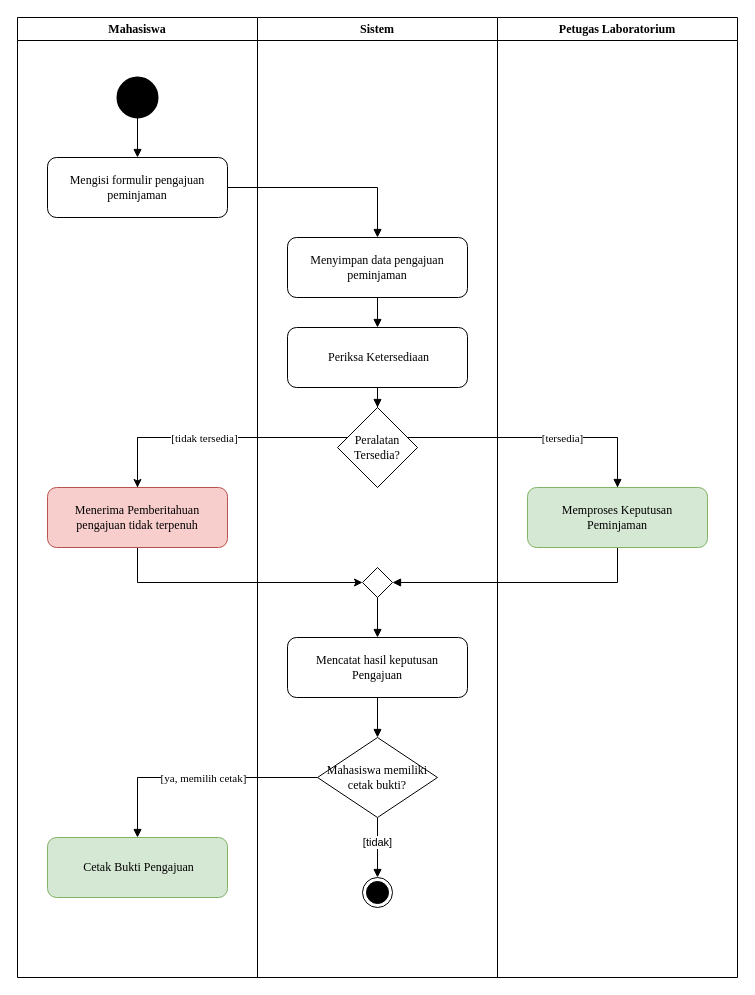
keyzakyy-dev/IFRWP5149_2406007_LabAlat keeps this draw.io diagram as 04_model_analisis/P06/LAB/P06_2406007_LAB_activity_peminjaman_v01.drawio. Above is the earlier version. Source tidied: cells renumbered, new cells numbered last; positions are measured from the earlier drawing's top-left corner, leaving out a move shared by most shapes. Both pictures are drawn from the tidied source at 100%, with x=0, y=0 at pixel (17, 17).
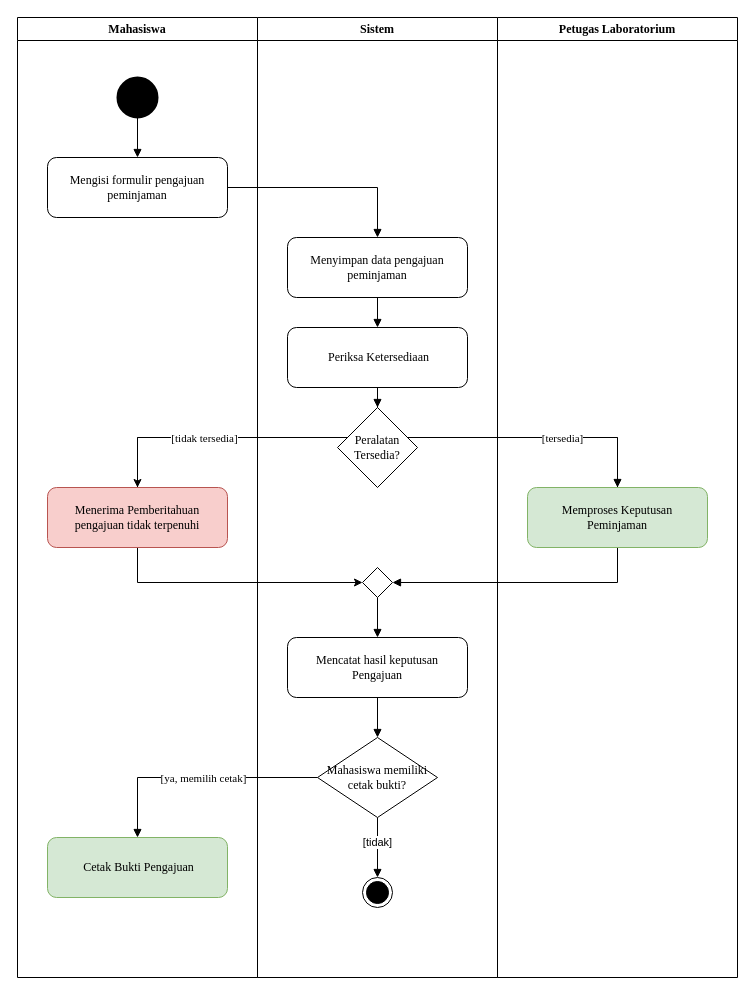
After the change.

Unchanged cells that the change refers to:
```xml
<mxCell id="23" value="&lt;font face=&quot;Times New Roman&quot;&gt;Petugas Laboratorium&lt;/font&gt;" style="swimlane;whiteSpace=wrap;html=1;" parent="1" vertex="1">
  <mxGeometry x="480" width="240" height="960" as="geometry" />
</mxCell>
```

Change to the diagram source:
```diff
@@
-    <mxCell id="24" value="&lt;font face=&quot;Times New Roman&quot;&gt;Menerima Pemberitahuan&lt;br&gt;pengajuan tidak terpenuh&lt;/font&gt;" style="rounded=1;whiteSpace=wrap;html=1;roundedPerimeter=1;fillColor=#f8cecc;strokeColor=#b85450;" parent="23" vertex="1">
+    <mxCell id="24" value="&lt;font face=&quot;Times New Roman&quot;&gt;Menerima Pemberitahuan&lt;br&gt;pengajuan tidak terpenuhi&lt;/font&gt;" style="rounded=1;whiteSpace=wrap;html=1;roundedPerimeter=1;fillColor=#f8cecc;strokeColor=#b85450;" parent="23" vertex="1">
       <mxGeometry x="-450" y="470" width="180" height="60" as="geometry" />
     </mxCell>
```
